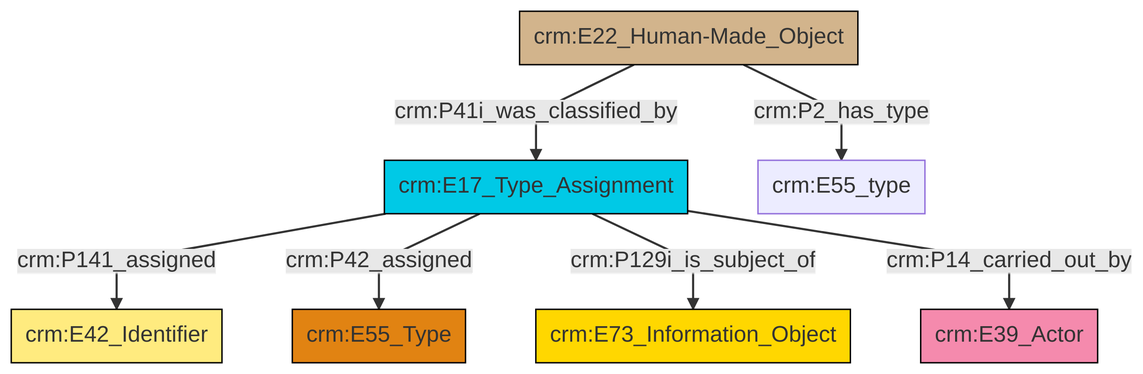
The Mermaid diagram et/builtWorkCSV/ttl/mmd/png/Built_Work_designation_status.png in swiss-art-research-net/reference-data-models, before a commit. Its source is kept beside it as et/builtWorkCSV/ttl/mmd/Built_Work_designation_status.ttl.mmd.
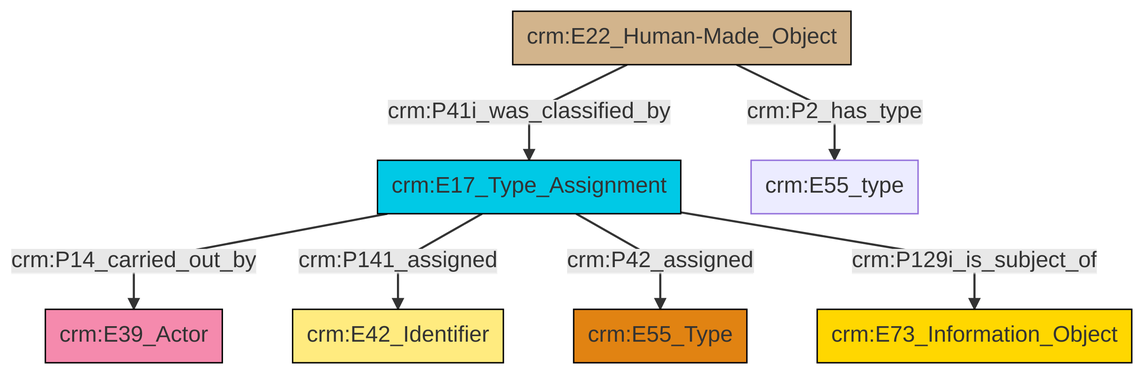
The same file after the commit.

The edit, as a diff of the source:
```diff
@@ -13,9 +13,9 @@
 classDef PC_Classes fill:#4ce600, stroke:#000000;
 classDef Multi fill:#cccccc,stroke:#000000;
 
-2["crm:E22_Human-Made_Object"]:::Physical_Thing -->|crm:P41i_was_classified_by| 0["crm:E17_Type_Assignment"]:::Temporal_Entity
-0["crm:E17_Type_Assignment"]:::Temporal_Entity -->|crm:P141_assigned| 3["crm:E42_Identifier"]:::Appellation
-0["crm:E17_Type_Assignment"]:::Temporal_Entity -->|crm:P42_assigned| 6["crm:E55_Type"]:::Type
-0["crm:E17_Type_Assignment"]:::Temporal_Entity -->|crm:P129i_is_subject_of| 4["crm:E73_Information_Object"]:::Conceptual_Object
-0["crm:E17_Type_Assignment"]:::Temporal_Entity -->|crm:P14_carried_out_by| 12["crm:E39_Actor"]:::Actor
-2["crm:E22_Human-Made_Object"]:::Physical_Thing -->|crm:P2_has_type| 7["crm:E55_type"]:::Default
+0["crm:E17_Type_Assignment"]:::Temporal_Entity -->|crm:P14_carried_out_by| 1["crm:E39_Actor"]:::Actor
+0["crm:E17_Type_Assignment"]:::Temporal_Entity -->|crm:P141_assigned| 5["crm:E42_Identifier"]:::Appellation
+11["crm:E22_Human-Made_Object"]:::Physical_Thing -->|crm:P2_has_type| 3["crm:E55_type"]:::Default
+0["crm:E17_Type_Assignment"]:::Temporal_Entity -->|crm:P42_assigned| 7["crm:E55_Type"]:::Type
+11["crm:E22_Human-Made_Object"]:::Physical_Thing -->|crm:P41i_was_classified_by| 0["crm:E17_Type_Assignment"]:::Temporal_Entity
+0["crm:E17_Type_Assignment"]:::Temporal_Entity -->|crm:P129i_is_subject_of| 9["crm:E73_Information_Object"]:::Conceptual_Object
```
